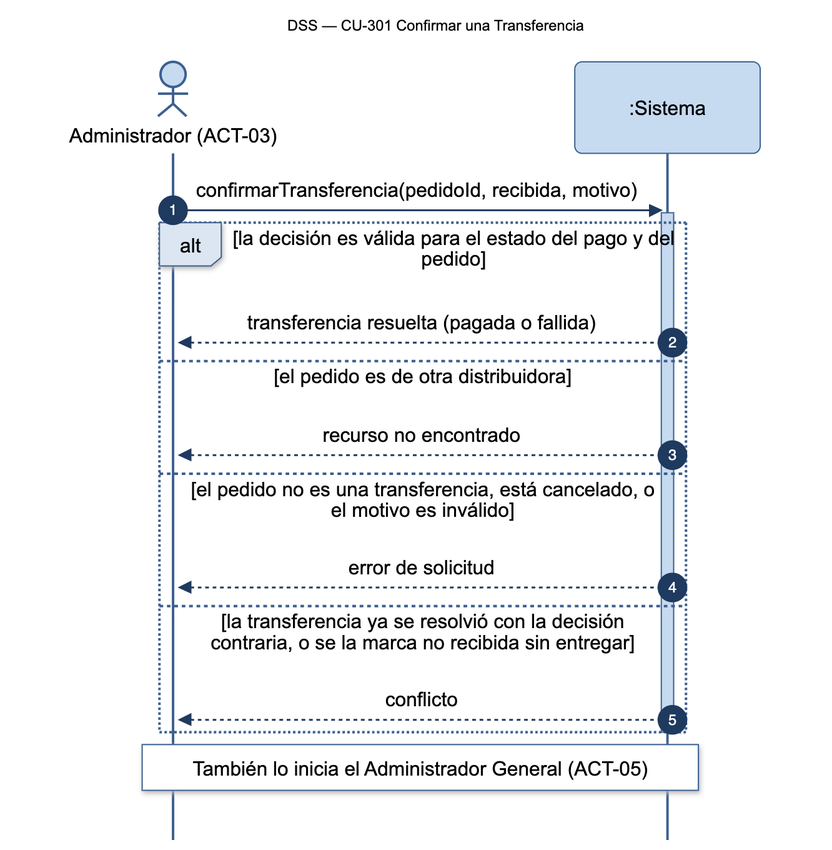
Above: diagramas/png/DSS_CU-301_Confirmar-una-Transferencia.png in Nahuelito-Dev/splg-docs (Mermaid), before the change. Its source is kept beside it as diagramas/DSS_CU-301_Confirmar-una-Transferencia.mmd. Its diagram source:
```mermaid
sequenceDiagram
    title DSS — CU-301 Confirmar una Transferencia
    autonumber
    actor ADM as Administrador (ACT-03)
    participant SIS as :Sistema

    ADM->>SIS: confirmarTransferencia(pedidoId, recibida, motivo)
    activate SIS
    alt la decisión es válida para el estado del pago y del pedido
        SIS-->>ADM: transferencia resuelta (pagada o fallida)
    else el pedido es de otra distribuidora
        SIS-->>ADM: recurso no encontrado
    else el pedido no es una transferencia, está cancelado, o el motivo es inválido
        SIS-->>ADM: error de solicitud
    else la transferencia ya se resolvió con la decisión contraria, o se la marca no recibida sin entregar
        SIS-->>ADM: conflicto
    end
    deactivate SIS
    Note over ADM,SIS: También lo inicia el Administrador General (ACT-05)
```
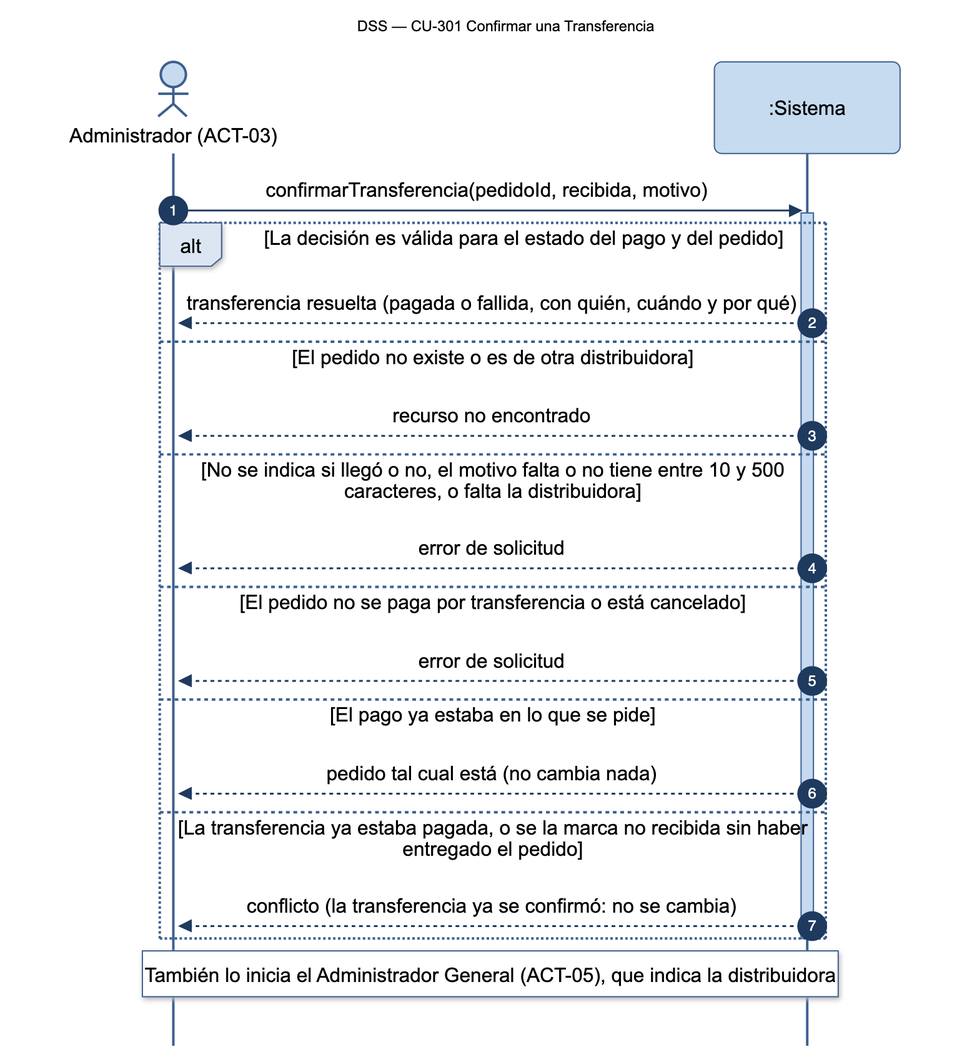
After the commit.

What changed in the source:
```diff
@@ -6,14 +6,18 @@
 
     ADM->>SIS: confirmarTransferencia(pedidoId, recibida, motivo)
     activate SIS
-    alt la decisión es válida para el estado del pago y del pedido
-        SIS-->>ADM: transferencia resuelta (pagada o fallida)
-    else el pedido es de otra distribuidora
+    alt La decisión es válida para el estado del pago y del pedido
+        SIS-->>ADM: transferencia resuelta (pagada o fallida, con quién, cuándo y por qué)
+    else El pedido no existe o es de otra distribuidora
         SIS-->>ADM: recurso no encontrado
-    else el pedido no es una transferencia, está cancelado, o el motivo es inválido
+    else No se indica si llegó o no, el motivo falta o no tiene entre 10 y 500 caracteres, o falta la distribuidora
         SIS-->>ADM: error de solicitud
-    else la transferencia ya se resolvió con la decisión contraria, o se la marca no recibida sin entregar
-        SIS-->>ADM: conflicto
+    else El pedido no se paga por transferencia o está cancelado
+        SIS-->>ADM: error de solicitud
+    else El pago ya estaba en lo que se pide
+        SIS-->>ADM: pedido tal cual está (no cambia nada)
+    else La transferencia ya estaba pagada, o se la marca no recibida sin haber entregado el pedido
+        SIS-->>ADM: conflicto (la transferencia ya se confirmó: no se cambia)
     end
     deactivate SIS
-    Note over ADM,SIS: También lo inicia el Administrador General (ACT-05)
+    Note over ADM,SIS: También lo inicia el Administrador General (ACT-05), que indica la distribuidora
```
